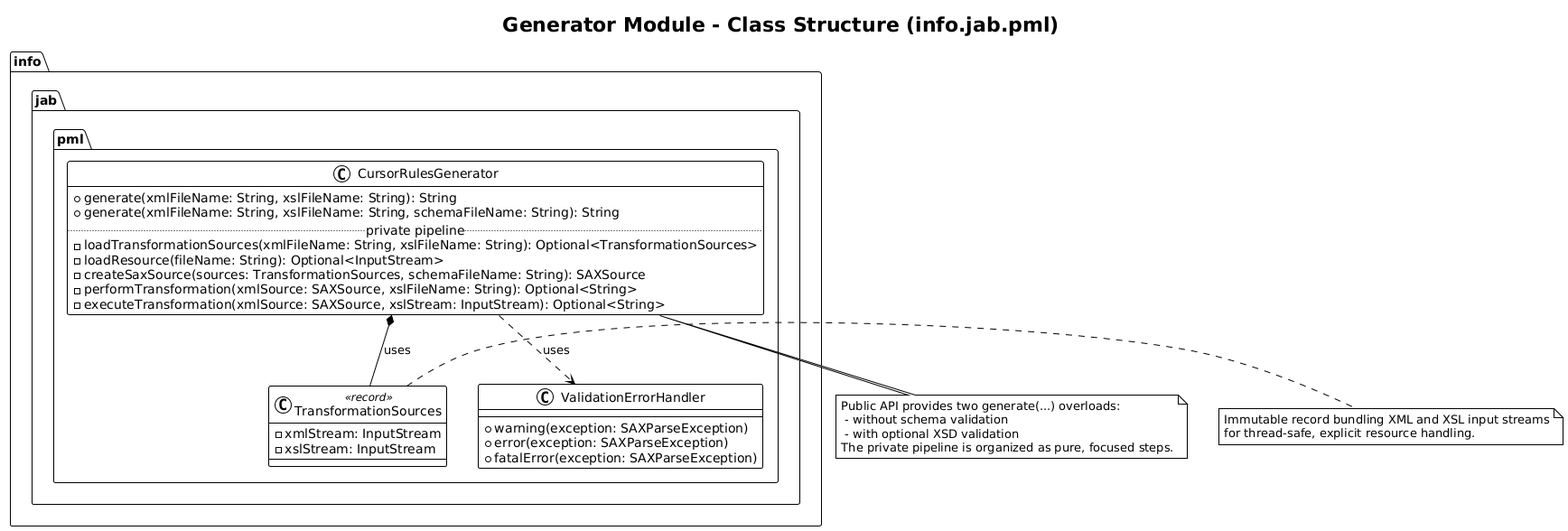
Before: generator/docs/diagrams/generator-class-diagram.png, a diagram exported from PlantUML (jabrena/plinth). Source of this version:
```plantuml
@startuml
!theme plain
title "Generator Module - Class Structure (info.jab.pml)"

package "info.jab.pml" {
  class CursorRulesGenerator {
    + generate(xmlFileName: String, xslFileName: String): String
    + generate(xmlFileName: String, xslFileName: String, schemaFileName: String): String
    ..private pipeline..
    - loadTransformationSources(xmlFileName: String, xslFileName: String): Optional<TransformationSources>
    - loadResource(fileName: String): Optional<InputStream>
    - createSaxSource(sources: TransformationSources, schemaFileName: String): SAXSource
    - performTransformation(xmlSource: SAXSource, xslFileName: String): Optional<String>
    - executeTransformation(xmlSource: SAXSource, xslStream: InputStream): Optional<String>
  }

  class TransformationSources <<record>> {
    - xmlStream: InputStream
    - xslStream: InputStream
  }

  class ValidationErrorHandler {
    + warning(exception: SAXParseException)
    + error(exception: SAXParseException)
    + fatalError(exception: SAXParseException)
  }
}

CursorRulesGenerator *-- TransformationSources : uses
CursorRulesGenerator ..> ValidationErrorHandler : uses

note right of TransformationSources
Immutable record bundling XML and XSL input streams
for thread-safe, explicit resource handling.
end note

note bottom of CursorRulesGenerator
Public API provides two generate(...) overloads:
 - without schema validation
 - with optional XSD validation
The private pipeline is organized as pure, focused steps.
end note
@enduml
```
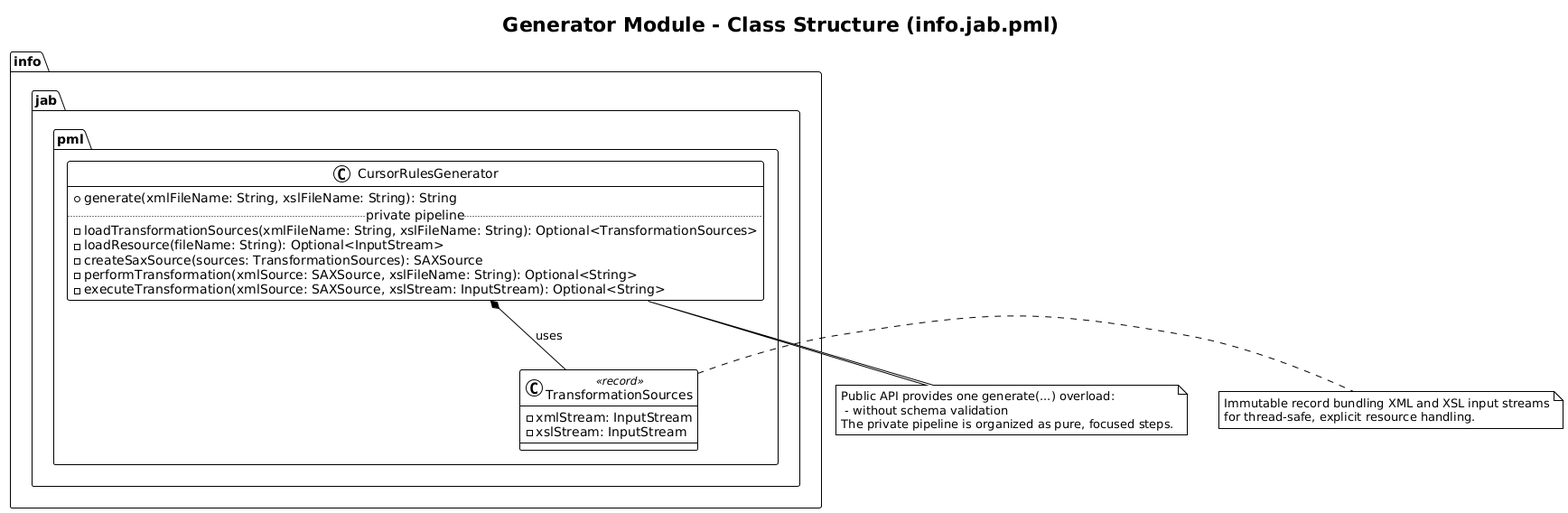
The same file after the commit.

The edit, as a diff of the source:
```diff
@@ -5,11 +5,10 @@
 package "info.jab.pml" {
   class CursorRulesGenerator {
     + generate(xmlFileName: String, xslFileName: String): String
-    + generate(xmlFileName: String, xslFileName: String, schemaFileName: String): String
     ..private pipeline..
     - loadTransformationSources(xmlFileName: String, xslFileName: String): Optional<TransformationSources>
     - loadResource(fileName: String): Optional<InputStream>
-    - createSaxSource(sources: TransformationSources, schemaFileName: String): SAXSource
+    - createSaxSource(sources: TransformationSources): SAXSource
     - performTransformation(xmlSource: SAXSource, xslFileName: String): Optional<String>
     - executeTransformation(xmlSource: SAXSource, xslStream: InputStream): Optional<String>
   }
@@ -18,16 +17,9 @@
     - xmlStream: InputStream
     - xslStream: InputStream
   }
-
-  class ValidationErrorHandler {
-    + warning(exception: SAXParseException)
-    + error(exception: SAXParseException)
-    + fatalError(exception: SAXParseException)
-  }
 }
 
 CursorRulesGenerator *-- TransformationSources : uses
-CursorRulesGenerator ..> ValidationErrorHandler : uses
 
 note right of TransformationSources
 Immutable record bundling XML and XSL input streams
@@ -35,9 +27,8 @@
 end note
 
 note bottom of CursorRulesGenerator
-Public API provides two generate(...) overloads:
+Public API provides one generate(...) overload:
  - without schema validation
- - with optional XSD validation
 The private pipeline is organized as pure, focused steps.
 end note
 @enduml
```
